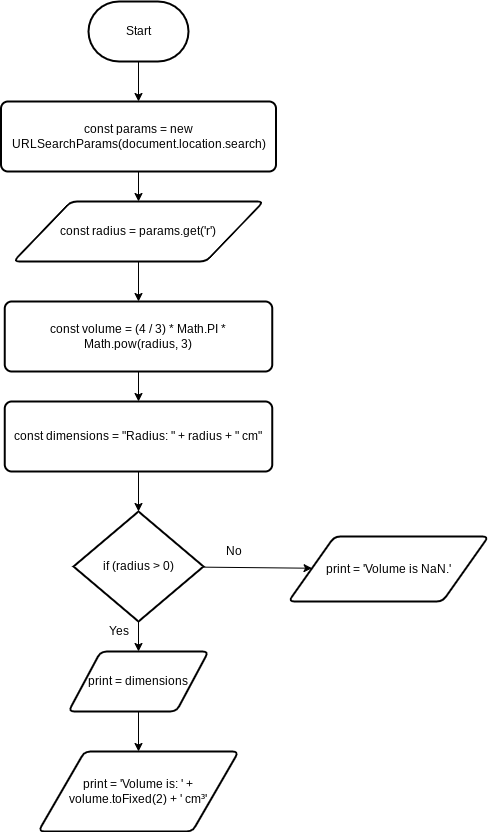
Before: design/flow-chart.png, a diagram exported from draw.io (Kenny-Le-281/ICS2O-Unit6-04-JS). Source tidied: cells renumbered, new cells last; positions are measured from the earlier drawing's top-left corner, leaving out a move shared by most shapes.
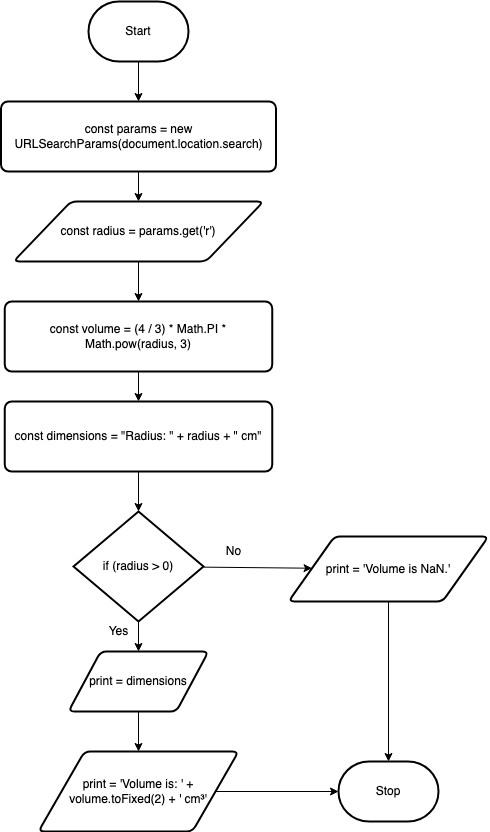
After the commit.

Diff of the diagram source:
```diff
@@ -47,17 +47,26 @@
     <mxCell id="16" value="print =&amp;nbsp;dimensions" style="shape=parallelogram;html=1;strokeWidth=2;perimeter=parallelogramPerimeter;whiteSpace=wrap;rounded=1;arcSize=12;size=0.23;" parent="1" vertex="1">
       <mxGeometry x="68" y="650" width="140" height="60" as="geometry" />
     </mxCell>
+    <mxCell id="21" style="edgeStyle=none;html=1;entryX=0;entryY=0.5;entryDx=0;entryDy=0;entryPerimeter=0;" parent="1" edge="1" source="17" target="23">
+      <mxGeometry relative="1" as="geometry" />
+    </mxCell>
     <mxCell id="17" value="print =&amp;nbsp;'Volume is: ' + volume.toFixed(2) + ' cm³'" style="shape=parallelogram;html=1;strokeWidth=2;perimeter=parallelogramPerimeter;whiteSpace=wrap;rounded=1;arcSize=12;size=0.23;" parent="1" vertex="1">
       <mxGeometry x="38" y="750" width="200" height="80" as="geometry" />
     </mxCell>
     <mxCell id="18" value="Yes" style="text;html=1;align=center;verticalAlign=middle;fillColor=none;strokeColor=none;rounded=0;" parent="1" vertex="1">
       <mxGeometry x="98" y="620" width="40" height="20" as="geometry" />
     </mxCell>
+    <mxCell id="22" style="edgeStyle=none;html=1;" parent="1" edge="1" source="19" target="23">
+      <mxGeometry relative="1" as="geometry" />
+    </mxCell>
     <mxCell id="19" value="print =&amp;nbsp;'Volume is NaN.'" style="shape=parallelogram;html=1;strokeWidth=2;perimeter=parallelogramPerimeter;whiteSpace=wrap;rounded=1;arcSize=12;size=0.23;" parent="1" vertex="1">
       <mxGeometry x="288" y="535" width="200" height="65" as="geometry" />
     </mxCell>
     <mxCell id="20" value="No" style="text;html=1;align=center;verticalAlign=middle;fillColor=none;strokeColor=none;rounded=0;" parent="1" vertex="1">
       <mxGeometry x="218" y="540" width="30" height="20" as="geometry" />
     </mxCell>
+    <mxCell id="23" value="Stop" style="strokeWidth=2;html=1;shape=mxgraph.flowchart.terminator;whiteSpace=wrap;" parent="1" vertex="1">
+      <mxGeometry x="338" y="760" width="100" height="60" as="geometry" />
+    </mxCell>
   </root>
 </mxGraphModel>
```
